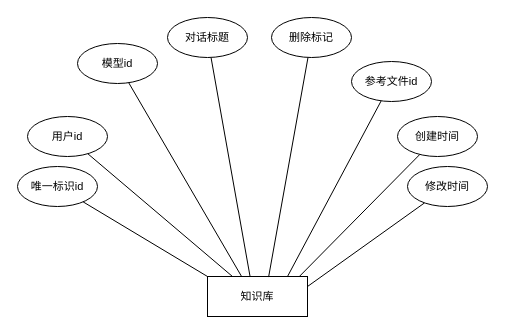
The draw.io diagram page "第 17 页" (17 of 21) of 程序流程图合集.drawio in Chentx1243/draw.io, before the edit. Source tidied: cells renumbered, new cells numbered last; positions are measured from the earlier drawing's top-left corner, leaving out a move shared by most shapes. Both pictures are drawn from the tidied source at 100%, with x=0, y=0 at pixel (17, 17).
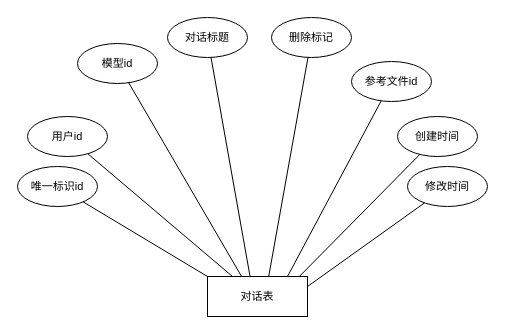
The same diagram, later.

What changed in the source:
```diff
@@
 <mxGraphModel>
   <root>
     <mxCell id="0" />
     <mxCell id="1" parent="0" />
-    <mxCell id="2" value="&lt;font style=&quot;font-size: 11px;&quot;&gt;知识库&lt;/font&gt;" style="rounded=0;whiteSpace=wrap;html=1;fontFamily=宋体;" parent="1" vertex="1">
+    <mxCell id="2" value="&lt;span style=&quot;font-size: 11px;&quot;&gt;对话表&lt;/span&gt;" style="rounded=0;whiteSpace=wrap;html=1;fontFamily=宋体;" parent="1" vertex="1">
       <mxGeometry x="190" y="259" width="100" height="40" as="geometry" />
     </mxCell>
     <mxCell id="3" value="&lt;span style=&quot;font-size: 11px;&quot;&gt;唯一标识id&lt;/span&gt;" style="ellipse;whiteSpace=wrap;html=1;fontFamily=宋体;" parent="1" vertex="1">
       <mxGeometry y="149" width="80" height="40" as="geometry" />
     </mxCell>
     <mxCell id="4" style="rounded=0;jettySize=auto;html=1;endArrow=none;endFill=0;entryX=0.25;entryY=0;entryDx=0;entryDy=0;" parent="1" edge="1" source="5" target="2">
       <mxGeometry relative="1" as="geometry" />
     </mxCell>
     <mxCell id="5" value="&lt;span style=&quot;font-size: 11px;&quot;&gt;用户id&lt;/span&gt;" style="ellipse;whiteSpace=wrap;html=1;fontFamily=宋体;" parent="1" vertex="1">
       <mxGeometry x="10" y="99" width="80" height="40" as="geometry" />
     </mxCell>
     <mxCell id="6" style="rounded=0;jettySize=auto;html=1;entryX=0.425;entryY=-0.008;entryDx=0;entryDy=0;endArrow=none;endFill=0;entryPerimeter=0;" parent="1" edge="1" source="7" target="2">
       <mxGeometry relative="1" as="geometry" />
     </mxCell>
     <mxCell id="7" value="&lt;span style=&quot;font-size: 11px;&quot;&gt;对话标题&lt;/span&gt;" style="ellipse;whiteSpace=wrap;html=1;fontFamily=宋体;" parent="1" vertex="1">
       <mxGeometry x="150" width="80" height="40" as="geometry" />
     </mxCell>
     <mxCell id="8" value="&lt;span style=&quot;font-size: 11px;&quot;&gt;删除标记&lt;/span&gt;" style="ellipse;whiteSpace=wrap;html=1;fontFamily=宋体;" parent="1" vertex="1">
       <mxGeometry x="254" width="80" height="40" as="geometry" />
     </mxCell>
     <mxCell id="9" value="&lt;span style=&quot;font-size: 11px;&quot;&gt;创建时间&lt;/span&gt;" style="ellipse;whiteSpace=wrap;html=1;fontFamily=宋体;" parent="1" vertex="1">
       <mxGeometry x="380" y="99" width="80" height="40" as="geometry" />
     </mxCell>
     <mxCell id="10" style="rounded=0;jettySize=auto;html=1;entryX=1;entryY=0.25;entryDx=0;entryDy=0;endArrow=none;endFill=0;" parent="1" edge="1" source="11" target="2">
       <mxGeometry relative="1" as="geometry" />
     </mxCell>
     <mxCell id="11" value="&lt;span style=&quot;font-size: 11px;&quot;&gt;修改时间&lt;/span&gt;" style="ellipse;whiteSpace=wrap;html=1;fontFamily=宋体;" parent="1" vertex="1">
       <mxGeometry x="390" y="149" width="80" height="40" as="geometry" />
     </mxCell>
     <mxCell id="12" style="rounded=0;jettySize=auto;html=1;entryX=0.343;entryY=0.009;entryDx=0;entryDy=0;endArrow=none;endFill=0;entryPerimeter=0;" parent="1" edge="1" source="13" target="2">
       <mxGeometry relative="1" as="geometry" />
     </mxCell>
     <mxCell id="13" value="&lt;span style=&quot;font-size: 11px;&quot;&gt;模型id&lt;/span&gt;" style="ellipse;whiteSpace=wrap;html=1;fontFamily=宋体;" parent="1" vertex="1">
       <mxGeometry x="60" y="26" width="80" height="40" as="geometry" />
     </mxCell>
     <mxCell id="14" style="rounded=0;jettySize=auto;html=1;endArrow=none;endFill=0;" parent="1" edge="1" source="15">
       <mxGeometry relative="1" as="geometry">
         <mxPoint x="270" y="259" as="targetPoint" />
       </mxGeometry>
     </mxCell>
     <mxCell id="15" value="&lt;span style=&quot;font-size: 11px;&quot;&gt;参考文件id&lt;/span&gt;" style="ellipse;whiteSpace=wrap;html=1;fontFamily=宋体;" parent="1" vertex="1">
       <mxGeometry x="334" y="44" width="80" height="40" as="geometry" />
     </mxCell>
     <mxCell id="16" style="rounded=0;jettySize=auto;html=1;entryX=0;entryY=0;entryDx=0;entryDy=0;endArrow=none;endFill=0;" parent="1" edge="1" source="3" target="2">
       <mxGeometry relative="1" as="geometry" />
     </mxCell>
     <mxCell id="17" style="rounded=0;jettySize=auto;html=1;entryX=0.611;entryY=0.014;entryDx=0;entryDy=0;entryPerimeter=0;endArrow=none;endFill=0;" parent="1" edge="1" source="8" target="2">
       <mxGeometry relative="1" as="geometry" />
     </mxCell>
     <mxCell id="18" style="rounded=0;jettySize=auto;html=1;entryX=0.916;entryY=0.006;entryDx=0;entryDy=0;entryPerimeter=0;endArrow=none;endFill=0;" parent="1" edge="1" source="9" target="2">
       <mxGeometry relative="1" as="geometry" />
     </mxCell>
   </root>
 </mxGraphModel>
```
